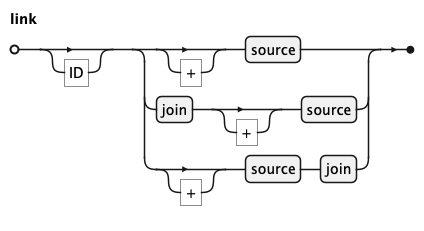
Above: docs/kql/link.png in koryki-java/core (PlantUML), before the change.
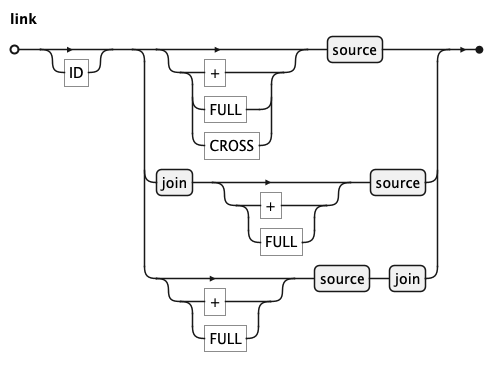
The same file after the commit.

Commit message:
Docs: link diagram with the FULL and CROSS markers

Change to the diagram source:
```diff
@@ -5,9 +5,9 @@
 
 'title link
 
-link = ["ID"], (["+"], source
-  | join, ["+"], source
-  | ["+"], source, join)
+link = ["ID"], (["+" | "FULL" | "CROSS"], source
+  | join, ["+" | "FULL"], source
+  | ["+" | "FULL"], source, join)
 ;
 
 @endebnf
```
